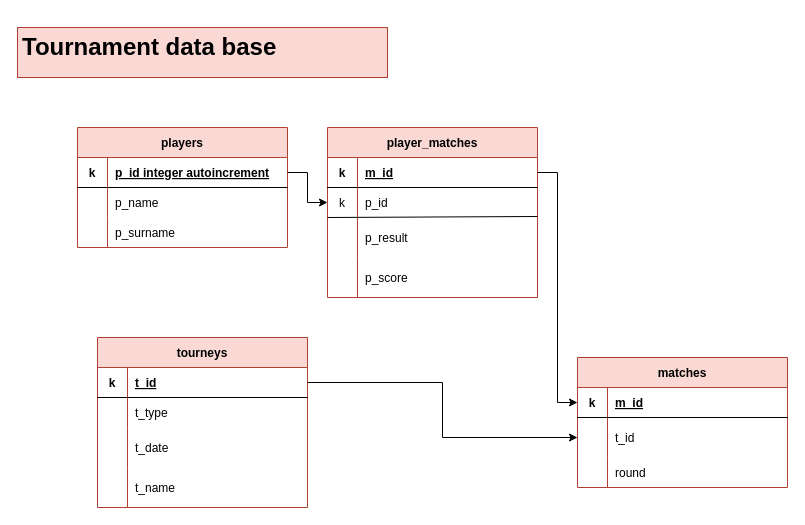
Above: tournament_app.drawio in Why-not-dx/tournament-app (draw.io), before the change. Source tidied: cells renumbered, new cells numbered last; positions are measured from the earlier drawing's top-left corner, leaving out a move shared by most shapes. Both pictures are drawn from the tidied source at 100%, with x=0, y=0 at pixel (17, 27).
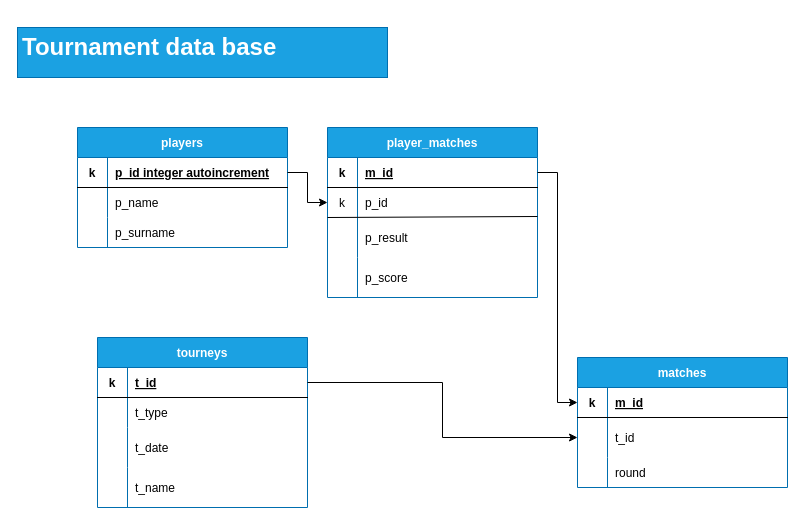
The same diagram, later.

The edit, as a diff of the source:
```diff
@@
-    <mxCell id="3" value="&lt;h1&gt;Tournament data base&lt;/h1&gt;" style="text;html=1;strokeColor=#ae4132;fillColor=#fad9d5;spacing=5;spacingTop=-20;whiteSpace=wrap;overflow=hidden;rounded=0;" parent="1" vertex="1">
+    <mxCell id="3" value="&lt;h1&gt;Tournament data base&lt;/h1&gt;" style="text;html=1;strokeColor=#006EAF;fillColor=#1ba1e2;spacing=5;spacingTop=-20;whiteSpace=wrap;overflow=hidden;rounded=0;fontColor=#ffffff;" parent="1" vertex="1">
       <mxGeometry width="370" height="50" as="geometry" />
     </mxCell>
-    <mxCell id="4" value="players" style="shape=table;startSize=30;childLayout=tableLayout;rowLines=0;fontStyle=1;align=center;fillColor=#fad9d5;strokeColor=#ae4132;" parent="1" vertex="1">
+    <mxCell id="4" value="players" style="shape=table;startSize=30;childLayout=tableLayout;rowLines=0;fontStyle=1;align=center;fillColor=#1ba1e2;strokeColor=#006EAF;fontColor=#ffffff;" parent="1" vertex="1">
       <mxGeometry x="60" y="100" width="210" height="120" as="geometry" />
     </mxCell>
@@
-    <mxCell id="14" value="matches" style="shape=table;startSize=30;childLayout=tableLayout;rowLines=0;fontStyle=1;align=center;fillColor=#fad9d5;strokeColor=#ae4132;swimlaneLine=1;" parent="1" vertex="1">
+    <mxCell id="14" value="matches" style="shape=table;startSize=30;childLayout=tableLayout;rowLines=0;fontStyle=1;align=center;fillColor=#1ba1e2;strokeColor=#006EAF;swimlaneLine=1;fontColor=#ffffff;" parent="1" vertex="1">
       <mxGeometry x="560" y="330" width="210" height="130" as="geometry" />
     </mxCell>
@@
-    <mxCell id="25" value="player_matches" style="shape=table;startSize=30;childLayout=tableLayout;rowLines=0;fontStyle=1;align=center;fillColor=#fad9d5;strokeColor=#ae4132;swimlaneLine=1;" parent="1" vertex="1">
+    <mxCell id="25" value="player_matches" style="shape=table;startSize=30;childLayout=tableLayout;rowLines=0;fontStyle=1;align=center;fillColor=#1ba1e2;strokeColor=#006EAF;swimlaneLine=1;fontColor=#ffffff;" parent="1" vertex="1">
       <mxGeometry x="310" y="100" width="210" height="170" as="geometry" />
     </mxCell>
@@
-    <mxCell id="39" value="tourneys" style="shape=table;startSize=30;childLayout=tableLayout;rowLines=0;fontStyle=1;align=center;fillColor=#fad9d5;strokeColor=#ae4132;swimlaneLine=1;" parent="1" vertex="1">
+    <mxCell id="39" value="tourneys" style="shape=table;startSize=30;childLayout=tableLayout;rowLines=0;fontStyle=1;align=center;fillColor=#1ba1e2;strokeColor=#006EAF;swimlaneLine=1;fontColor=#ffffff;" parent="1" vertex="1">
       <mxGeometry x="80" y="310" width="210" height="170" as="geometry" />
     </mxCell>
```
